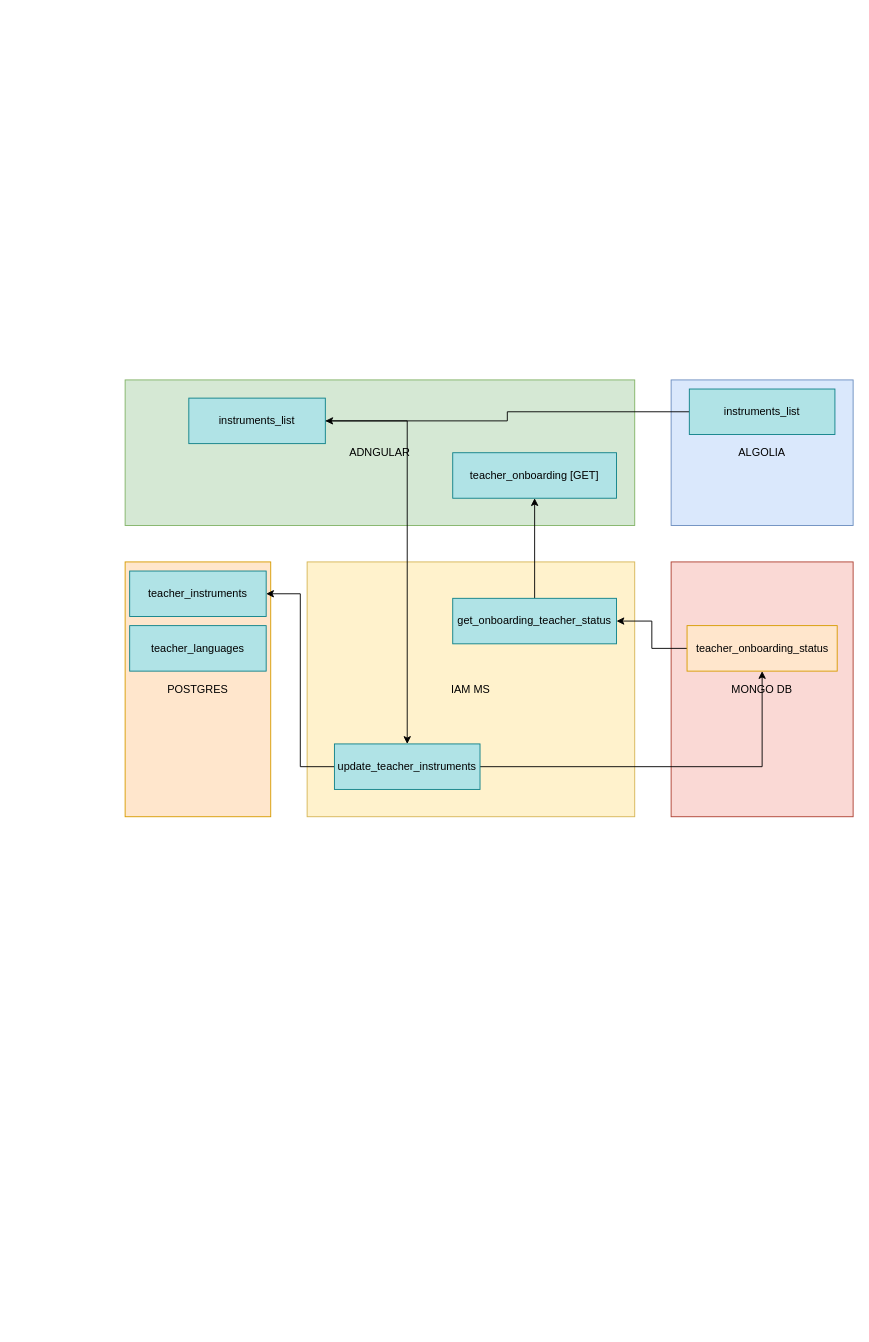
This is onboarding.drawio from AndrewLaring/kn, a draw.io file, before an edit. Source tidied: cells renumbered, new cells numbered last; positions are measured from the earlier drawing's top-left corner, leaving out a move shared by most shapes. Both pictures are drawn from the tidied source at 91%, with x=0, y=0 at pixel (125, 379).
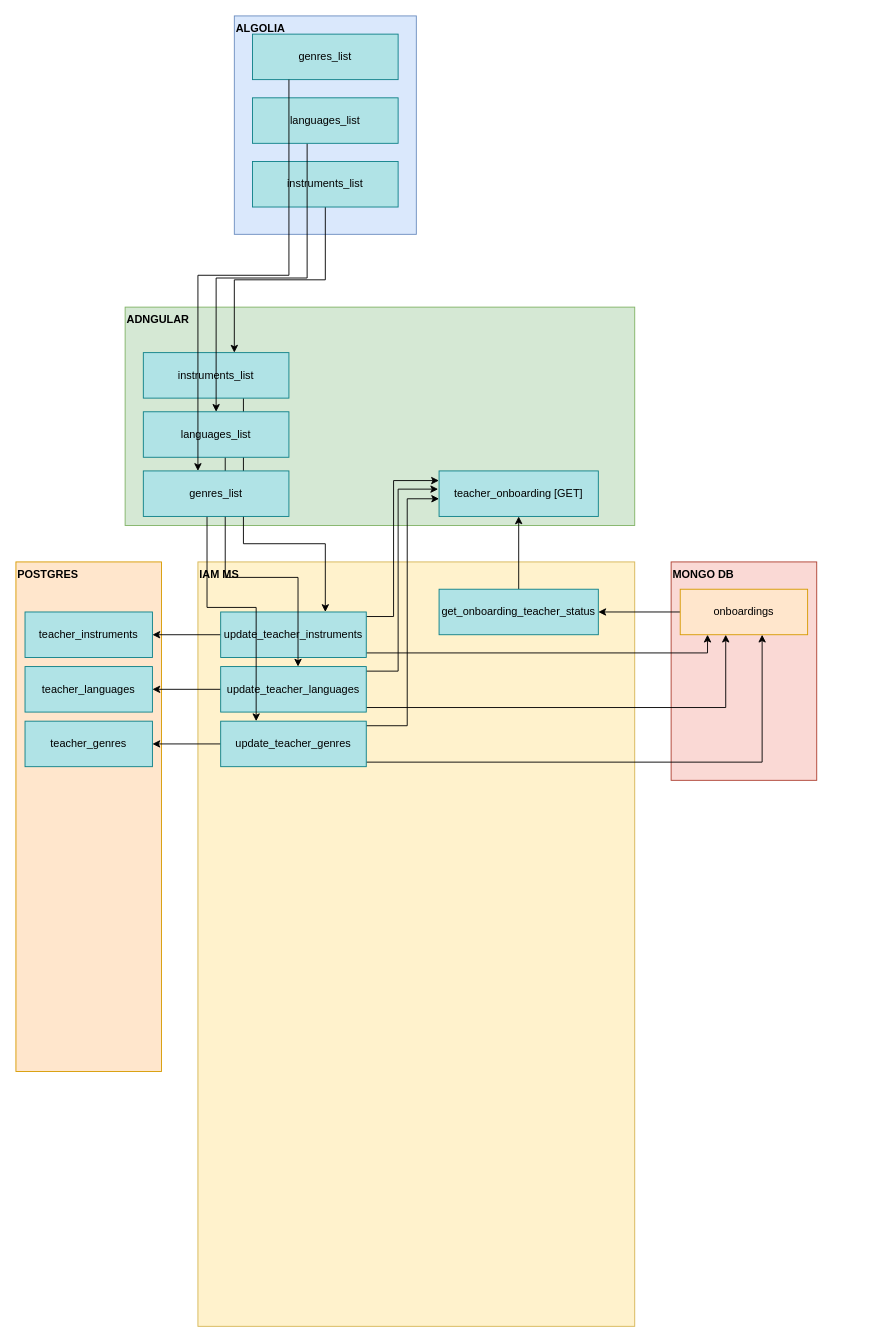
The same diagram, later.

The edit, as a diff of the source:
```diff
@@
-    <mxCell id="2" value="ADNGULAR" style="rounded=0;whiteSpace=wrap;html=1;fillColor=#d5e8d4;strokeColor=#82b366;" parent="1" vertex="1">
-      <mxGeometry width="560" height="160" as="geometry" />
+    <mxCell id="2" value="&lt;b&gt;ADNGULAR&lt;/b&gt;" style="rounded=0;whiteSpace=wrap;html=1;fillColor=#d5e8d4;strokeColor=#82b366;align=left;verticalAlign=top;" parent="1" vertex="1">
+      <mxGeometry y="-80" width="560" height="240" as="geometry" />
     </mxCell>
-    <mxCell id="3" value="POSTGRES" style="rounded=0;whiteSpace=wrap;html=1;fillColor=#ffe6cc;strokeColor=#d79b00;" parent="1" vertex="1">
-      <mxGeometry y="200" width="160" height="280" as="geometry" />
+    <mxCell id="3" value="&lt;b&gt;POSTGRES&lt;/b&gt;" style="rounded=0;whiteSpace=wrap;html=1;fillColor=#ffe6cc;strokeColor=#d79b00;align=left;verticalAlign=top;" parent="1" vertex="1">
+      <mxGeometry x="-120" y="200" width="160" height="560" as="geometry" />
     </mxCell>
-    <mxCell id="4" value="IAM MS" style="rounded=0;whiteSpace=wrap;html=1;fillColor=#fff2cc;strokeColor=#d6b656;" parent="1" vertex="1">
-      <mxGeometry x="200" y="200" width="360" height="280" as="geometry" />
+    <mxCell id="4" value="&lt;b&gt;IAM MS&lt;/b&gt;" style="rounded=0;whiteSpace=wrap;html=1;fillColor=#fff2cc;strokeColor=#d6b656;align=left;verticalAlign=top;" parent="1" vertex="1">
+      <mxGeometry x="80" y="200" width="480" height="840" as="geometry" />
     </mxCell>
-    <mxCell id="5" value="ALGOLIA" style="rounded=0;whiteSpace=wrap;html=1;fillColor=#dae8fc;strokeColor=#6c8ebf;" parent="1" vertex="1">
-      <mxGeometry x="600" width="200" height="160" as="geometry" />
+    <mxCell id="5" value="&lt;b&gt;ALGOLIA&lt;/b&gt;" style="rounded=0;whiteSpace=wrap;html=1;fillColor=#dae8fc;strokeColor=#6c8ebf;align=left;horizontal=1;verticalAlign=top;" parent="1" vertex="1">
+      <mxGeometry x="120" y="-400" width="200" height="240" as="geometry" />
     </mxCell>
-    <mxCell id="6" value="MONGO DB" style="rounded=0;whiteSpace=wrap;html=1;fillColor=#fad9d5;strokeColor=#ae4132;" parent="1" vertex="1">
-      <mxGeometry x="600" y="200" width="200" height="280" as="geometry" />
+    <mxCell id="6" value="&lt;b&gt;MONGO DB&lt;/b&gt;" style="rounded=0;whiteSpace=wrap;html=1;fillColor=#fad9d5;strokeColor=#ae4132;align=left;verticalAlign=top;" parent="1" vertex="1">
+      <mxGeometry x="600" y="200" width="160" height="240" as="geometry" />
     </mxCell>
@@
-    <mxCell id="8" value="teacher_onboarding_status" style="rounded=0;whiteSpace=wrap;html=1;fillColor=#ffe6cc;strokeColor=#d79b00;" parent="1" vertex="1">
-      <mxGeometry x="617.5" y="270" width="165" height="50" as="geometry" />
+    <mxCell id="8" value="onboardings" style="rounded=0;whiteSpace=wrap;html=1;fillColor=#ffe6cc;strokeColor=#d79b00;" parent="1" vertex="1">
+      <mxGeometry x="610" y="230" width="140" height="50" as="geometry" />
     </mxCell>
     <mxCell id="9" value="teacher_instruments" style="rounded=0;whiteSpace=wrap;html=1;fillColor=#b0e3e6;strokeColor=#0e8088;" parent="1" vertex="1">
-      <mxGeometry x="5" y="210" width="150" height="50" as="geometry" />
+      <mxGeometry x="-110" y="255" width="140" height="50" as="geometry" />
     </mxCell>
     <mxCell id="10" value="teacher_languages" style="rounded=0;whiteSpace=wrap;html=1;fillColor=#b0e3e6;strokeColor=#0e8088;" parent="1" vertex="1">
-      <mxGeometry x="5" y="270" width="150" height="50" as="geometry" />
+      <mxGeometry x="-110" y="315" width="140" height="50" as="geometry" />
     </mxCell>
-    <mxCell id="11" style="edgeStyle=orthogonalEdgeStyle;rounded=0;jettySize=auto;html=1;entryX=1;entryY=0.5;entryDx=0;entryDy=0;" parent="1" edge="1" source="12" target="14">
-      <mxGeometry relative="1" as="geometry" />
-    </mxCell>
+    <mxCell id="21" style="edgeStyle=orthogonalEdgeStyle;rounded=0;jettySize=auto;html=1;" parent="1" edge="1" source="12">
+      <mxGeometry relative="1" as="geometry">
+        <mxPoint x="120" y="-30" as="targetPoint" />
+        <Array as="points">
+          <mxPoint x="220" y="-110" />
+          <mxPoint x="120" y="-110" />
+          <mxPoint x="120" y="-30" />
+        </Array>
+      </mxGeometry>
+    </mxCell>
     <mxCell id="12" value="instruments_list" style="rounded=0;whiteSpace=wrap;html=1;fillColor=#b0e3e6;strokeColor=#0e8088;" parent="1" vertex="1">
-      <mxGeometry x="620" y="10" width="160" height="50" as="geometry" />
+      <mxGeometry x="140" y="-240" width="160" height="50" as="geometry" />
     </mxCell>
     <mxCell id="13" style="edgeStyle=orthogonalEdgeStyle;rounded=0;jettySize=auto;html=1;" parent="1" edge="1" source="14" target="17">
-      <mxGeometry relative="1" as="geometry" />
+      <mxGeometry relative="1" as="geometry">
+        <Array as="points">
+          <mxPoint x="130" y="180" />
+          <mxPoint x="220" y="180" />
+        </Array>
+      </mxGeometry>
     </mxCell>
     <mxCell id="14" value="instruments_list" style="rounded=0;whiteSpace=wrap;html=1;fillColor=#b0e3e6;strokeColor=#0e8088;" parent="1" vertex="1">
-      <mxGeometry x="70" y="20" width="150" height="50" as="geometry" />
+      <mxGeometry x="20" y="-30" width="160" height="50" as="geometry" />
     </mxCell>
@@
     <mxCell id="16" style="edgeStyle=orthogonalEdgeStyle;rounded=0;jettySize=auto;html=1;" parent="1" edge="1" source="17" target="8">
-      <mxGeometry relative="1" as="geometry" />
+      <mxGeometry relative="1" as="geometry">
+        <Array as="points">
+          <mxPoint x="640" y="300" />
+        </Array>
+      </mxGeometry>
     </mxCell>
+    <mxCell id="22" style="edgeStyle=orthogonalEdgeStyle;rounded=0;jettySize=auto;html=1;entryX=-0.001;entryY=0.212;entryDx=0;entryDy=0;entryPerimeter=0;" parent="1" edge="1" source="17" target="20">
+      <mxGeometry relative="1" as="geometry">
+        <Array as="points">
+          <mxPoint x="295" y="260" />
+          <mxPoint x="295" y="110" />
+          <mxPoint x="345" y="110" />
+        </Array>
+      </mxGeometry>
+    </mxCell>
     <mxCell id="17" value="update_teacher_instruments" style="rounded=0;whiteSpace=wrap;html=1;fillColor=#b0e3e6;strokeColor=#0e8088;" parent="1" vertex="1">
-      <mxGeometry x="230" y="400" width="160" height="50" as="geometry" />
+      <mxGeometry x="105" y="255" width="160" height="50" as="geometry" />
     </mxCell>
@@
+    <mxCell id="20" value="teacher_onboarding [GET]" style="rounded=0;whiteSpace=wrap;html=1;fillColor=#b0e3e6;strokeColor=#0e8088;" parent="1" vertex="1">
+      <mxGeometry x="345" y="100" width="175" height="50" as="geometry" />
+    </mxCell>
+    <mxCell id="23" value="teacher_genres" style="rounded=0;whiteSpace=wrap;html=1;fillColor=#b0e3e6;strokeColor=#0e8088;" parent="1" vertex="1">
+      <mxGeometry x="-110" y="375" width="140" height="50" as="geometry" />
+    </mxCell>
+    <mxCell id="24" style="edgeStyle=orthogonalEdgeStyle;rounded=0;jettySize=auto;html=1;entryX=1;entryY=0.5;entryDx=0;entryDy=0;" parent="1" edge="1" source="27" target="10">
+      <mxGeometry relative="1" as="geometry" />
+    </mxCell>
+    <mxCell id="25" style="edgeStyle=orthogonalEdgeStyle;rounded=0;jettySize=auto;html=1;" parent="1" edge="1" source="27" target="8">
+      <mxGeometry relative="1" as="geometry">
+        <Array as="points">
+          <mxPoint x="660" y="360" />
+        </Array>
+      </mxGeometry>
+    </mxCell>
+    <mxCell id="26" style="edgeStyle=orthogonalEdgeStyle;rounded=0;jettySize=auto;html=1;" parent="1" edge="1" source="27">
+      <mxGeometry relative="1" as="geometry">
+        <mxPoint x="344" y="120" as="targetPoint" />
+        <Array as="points">
+          <mxPoint x="300" y="320" />
+          <mxPoint x="300" y="120" />
+          <mxPoint x="344" y="120" />
+        </Array>
+      </mxGeometry>
+    </mxCell>
+    <mxCell id="27" value="update_teacher_languages" style="rounded=0;whiteSpace=wrap;html=1;fillColor=#b0e3e6;strokeColor=#0e8088;" parent="1" vertex="1">
+      <mxGeometry x="105" y="315" width="160" height="50" as="geometry" />
+    </mxCell>
+    <mxCell id="28" style="edgeStyle=orthogonalEdgeStyle;rounded=0;jettySize=auto;html=1;entryX=1;entryY=0.5;entryDx=0;entryDy=0;" parent="1" edge="1" source="31" target="23">
+      <mxGeometry relative="1" as="geometry" />
+    </mxCell>
+    <mxCell id="29" style="edgeStyle=orthogonalEdgeStyle;rounded=0;jettySize=auto;html=1;entryX=0;entryY=0.612;entryDx=0;entryDy=0;entryPerimeter=0;" parent="1" edge="1" source="31" target="20">
+      <mxGeometry relative="1" as="geometry">
+        <Array as="points">
+          <mxPoint x="310" y="380" />
+          <mxPoint x="310" y="130" />
+          <mxPoint x="345" y="130" />
+        </Array>
+      </mxGeometry>
+    </mxCell>
+    <mxCell id="30" style="edgeStyle=orthogonalEdgeStyle;rounded=0;jettySize=auto;html=1;" parent="1" edge="1" source="31" target="8">
+      <mxGeometry relative="1" as="geometry">
+        <Array as="points">
+          <mxPoint x="700" y="420" />
+        </Array>
+      </mxGeometry>
+    </mxCell>
+    <mxCell id="31" value="update_teacher_genres" style="rounded=0;whiteSpace=wrap;html=1;fillColor=#b0e3e6;strokeColor=#0e8088;" parent="1" vertex="1">
+      <mxGeometry x="105" y="375" width="160" height="50" as="geometry" />
+    </mxCell>
+    <mxCell id="32" style="edgeStyle=orthogonalEdgeStyle;rounded=0;jettySize=auto;html=1;" parent="1" edge="1" source="33" target="36">
+      <mxGeometry relative="1" as="geometry">
+        <Array as="points">
+          <mxPoint x="200" y="-112" />
+          <mxPoint x="100" y="-112" />
+        </Array>
+      </mxGeometry>
+    </mxCell>
+    <mxCell id="33" value="languages_list" style="rounded=0;whiteSpace=wrap;html=1;fillColor=#b0e3e6;strokeColor=#0e8088;" parent="1" vertex="1">
+      <mxGeometry x="140" y="-310" width="160" height="50" as="geometry" />
+    </mxCell>
+    <mxCell id="34" value="genres_list" style="rounded=0;whiteSpace=wrap;html=1;fillColor=#b0e3e6;strokeColor=#0e8088;" parent="1" vertex="1">
+      <mxGeometry x="140" y="-380" width="160" height="50" as="geometry" />
+    </mxCell>
+    <mxCell id="35" style="edgeStyle=orthogonalEdgeStyle;rounded=0;jettySize=auto;html=1;" parent="1" edge="1" source="36" target="27">
+      <mxGeometry relative="1" as="geometry">
+        <Array as="points">
+          <mxPoint x="110" y="217" />
+          <mxPoint x="190" y="217" />
+        </Array>
+      </mxGeometry>
+    </mxCell>
+    <mxCell id="36" value="languages_list" style="rounded=0;whiteSpace=wrap;html=1;fillColor=#b0e3e6;strokeColor=#0e8088;" parent="1" vertex="1">
+      <mxGeometry x="20" y="35" width="160" height="50" as="geometry" />
+    </mxCell>
+    <mxCell id="37" style="edgeStyle=orthogonalEdgeStyle;rounded=0;jettySize=auto;html=1;" parent="1" edge="1" source="34" target="39">
+      <mxGeometry relative="1" as="geometry">
+        <Array as="points">
+          <mxPoint x="180" y="-115" />
+          <mxPoint x="80" y="-115" />
+        </Array>
+      </mxGeometry>
+    </mxCell>
+    <mxCell id="38" style="edgeStyle=orthogonalEdgeStyle;rounded=0;jettySize=auto;html=1;" parent="1" edge="1" source="39" target="31">
+      <mxGeometry relative="1" as="geometry">
+        <Array as="points">
+          <mxPoint x="90" y="250" />
+          <mxPoint x="144" y="250" />
+        </Array>
+      </mxGeometry>
+    </mxCell>
+    <mxCell id="39" value="genres_list" style="rounded=0;whiteSpace=wrap;html=1;fillColor=#b0e3e6;strokeColor=#0e8088;" parent="1" vertex="1">
+      <mxGeometry x="20" y="100" width="160" height="50" as="geometry" />
+    </mxCell>
     <mxCell id="19" value="get_onboarding_teacher_status" style="rounded=0;whiteSpace=wrap;html=1;fillColor=#b0e3e6;strokeColor=#0e8088;" parent="1" vertex="1">
-      <mxGeometry x="360" y="240" width="180" height="50" as="geometry" />
+      <mxGeometry x="345" y="230" width="175" height="50" as="geometry" />
     </mxCell>
-    <mxCell id="20" value="teacher_onboarding [GET]" style="rounded=0;whiteSpace=wrap;html=1;fillColor=#b0e3e6;strokeColor=#0e8088;" parent="1" vertex="1">
-      <mxGeometry x="360" y="80" width="180" height="50" as="geometry" />
-    </mxCell>
```
